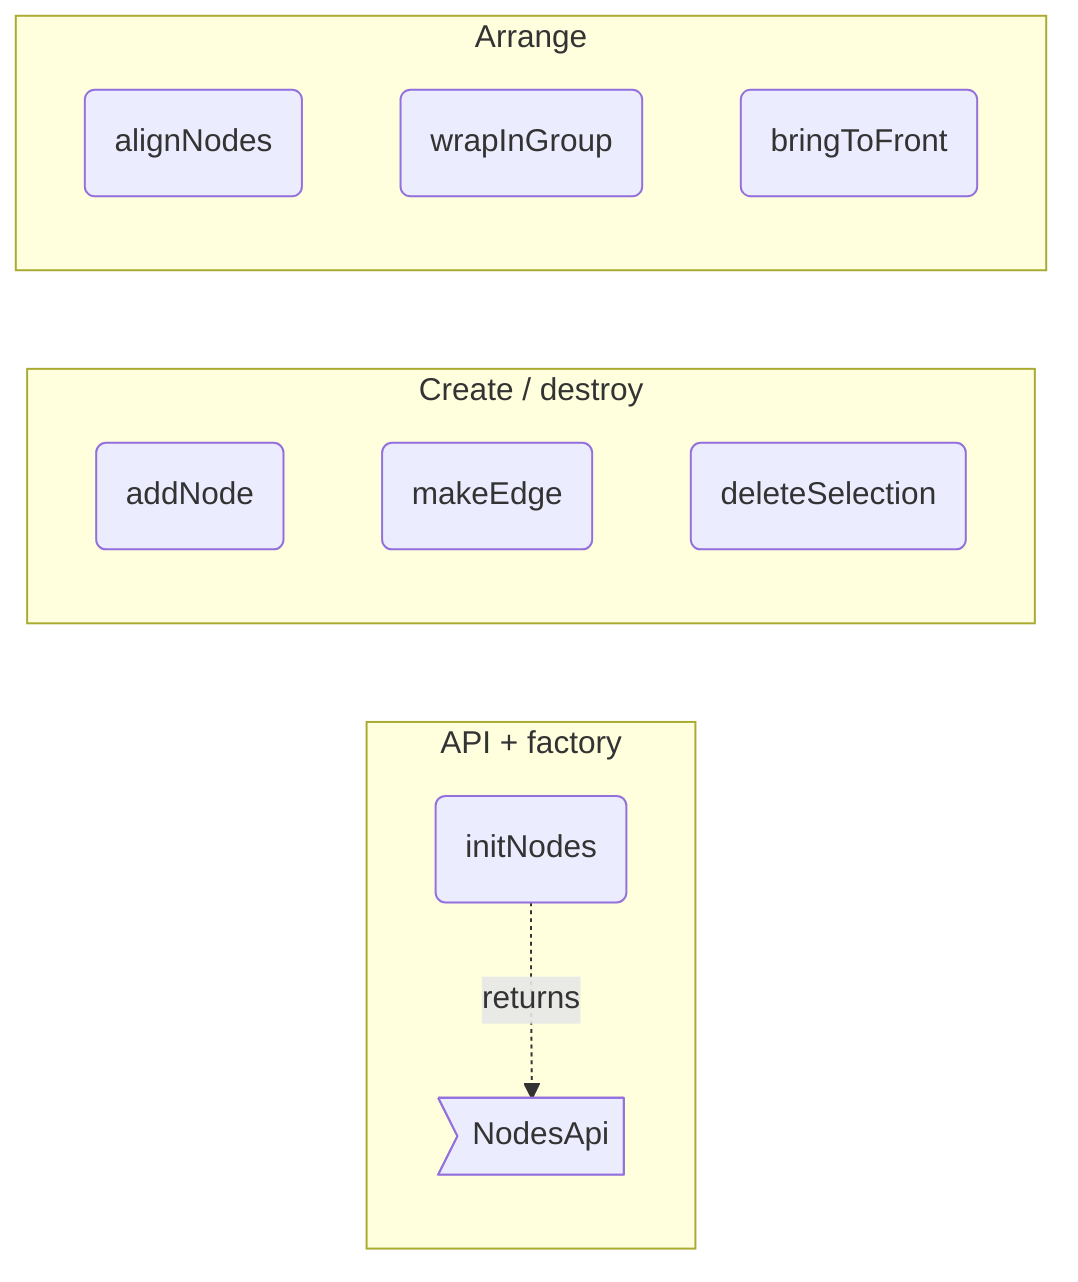
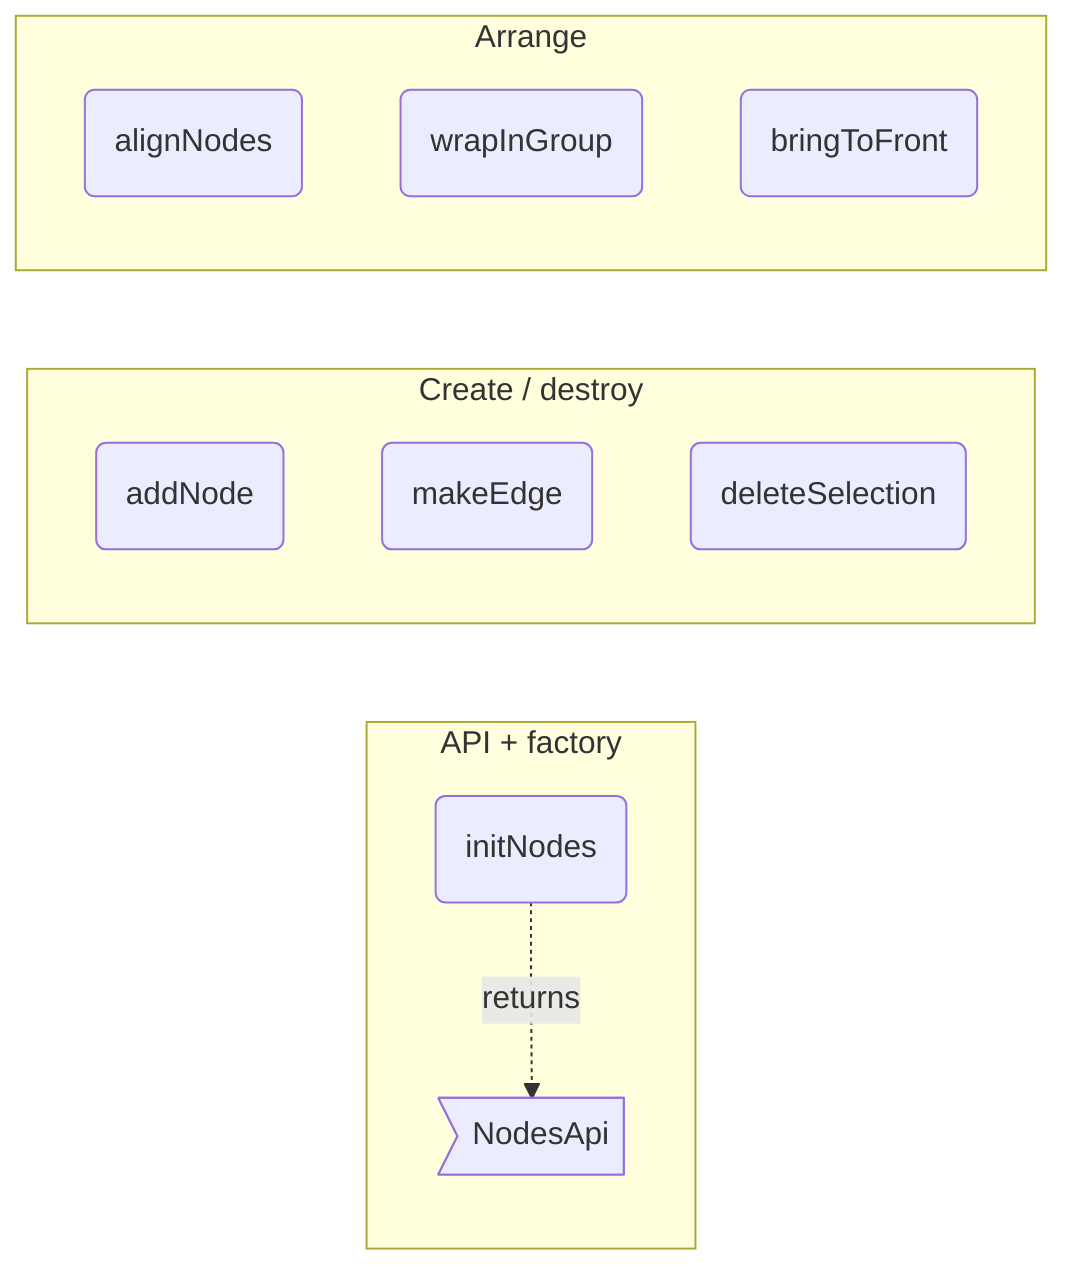
flowchart LR
%% root nodes

%% src NodesApi src/interaction/nodes.ts#NodesApi
%% kind NodesApi type
%% fm:meta NodesApi name=NodesApi
- %% fm:meta NodesApi desc=public surface: addNode, makeEdge, deleteSelection, alignNodes, wrapInGroup, bringToFront
+ %% fm:meta NodesApi desc=public surface: addNode, makeEdge, deleteSelection, alignNodes, wrapInGroup, bringToFront, setEdgeLabel, reverseEdge, deleteEdge, setNodeMeta, clearAll

%% src initNodes src/interaction/nodes.ts#initNodes
%% kind initNodes function
%% fm:meta initNodes name=initNodes
- %% fm:meta initNodes desc=build the node/edge model verbs bound to ctx, selection and camera
+ %% fm:meta initNodes desc=node + edge model verbs bound to ctx: addNode, makeEdge, deleteSelection, alignNodes, wrapInGroup, bringToFront, and the factored single-owner mutations — setEdgeLabel, reverseEdge (swaps endpoints, drops manual bend/labelPos), deleteEdge (by DiagramEdge.id), setNodeMeta (kind/desc patch), clearAll (empty model + counters + selection; confirmation belongs to callers); each verb fires the same render/sync/history hooks its former inline body fired
%% fm:meta initNodes i0.name=initNodes
%% fm:meta initNodes i0.accepts=ctx: AppContext
%% fm:meta initNodes i0.accepts=selection: SelectionApi
%% fm:meta initNodes i0.accepts=camera: CameraApi
%% fm:meta initNodes i0.returns=NodesApi

%% src addNode src/interaction/nodes.ts#addNode
%% kind addNode function
%% fm:meta addNode name=addNode
%% fm:meta addNode desc=create a node at a point or viewport centre; auto-wire the container in drill levels
%% fm:meta addNode i0.name=addNode
%% fm:meta addNode i0.accepts=shape: ShapeKind
%% fm:meta addNode i0.accepts=wx: number | null
%% fm:meta addNode i0.accepts=wy: number | null
%% fm:meta addNode i0.accepts=opts: { label?: string }
%% fm:meta addNode i0.returns=string

%% src makeEdge src/interaction/nodes.ts#makeEdge
%% kind makeEdge function
%% fm:meta makeEdge name=makeEdge
%% fm:meta makeEdge desc=create an edge between two nodes, refusing self-loops and duplicates
%% fm:meta makeEdge i0.name=makeEdge
%% fm:meta makeEdge i0.accepts=from: string
%% fm:meta makeEdge i0.accepts=to: string
%% fm:meta makeEdge i0.returns=void

%% src deleteSelection src/interaction/nodes.ts#deleteSelection
%% kind deleteSelection function
%% fm:meta deleteSelection name=deleteSelection
%% fm:meta deleteSelection desc=delete the selected edge or nodes, promoting orphaned children up a level
%% fm:meta deleteSelection i0.name=deleteSelection
%% fm:meta deleteSelection i0.returns=void

%% src alignNodes src/interaction/nodes.ts#alignNodes
%% kind alignNodes function
%% fm:meta alignNodes name=alignNodes
%% fm:meta alignNodes desc=align or distribute the selected nodes by edge, centre, or even spacing
%% fm:meta alignNodes i0.name=alignNodes
%% fm:meta alignNodes i0.accepts=mode: string
%% fm:meta alignNodes i0.returns=void

%% src wrapInGroup src/interaction/nodes.ts#wrapInGroup
%% kind wrapInGroup function
%% fm:meta wrapInGroup name=wrapInGroup
%% fm:meta wrapInGroup desc=wrap the selection in a new group box and reparent them into it
%% fm:meta wrapInGroup i0.name=wrapInGroup
%% fm:meta wrapInGroup i0.returns=void

%% src bringToFront src/interaction/nodes.ts#bringToFront
%% kind bringToFront function
%% fm:meta bringToFront name=bringToFront
%% fm:meta bringToFront desc=re-insert a node last so it paints on top
%% fm:meta bringToFront i0.name=bringToFront
%% fm:meta bringToFront i0.accepts=id: string
%% fm:meta bringToFront i0.returns=void

%% parent nd_api nodes
%% parent nd_crud nodes
%% parent nd_arrange nodes

  subgraph nd_api ["API + factory"]
    NodesApi>"NodesApi"]
    initNodes("initNodes")
  end
  subgraph nd_crud ["Create / destroy"]
    addNode("addNode")
    makeEdge("makeEdge")
    deleteSelection("deleteSelection")
  end
  subgraph nd_arrange ["Arrange"]
    alignNodes("alignNodes")
    wrapInGroup("wrapInGroup")
    bringToFront("bringToFront")
  end

  initNodes -.->|returns| NodesApi
